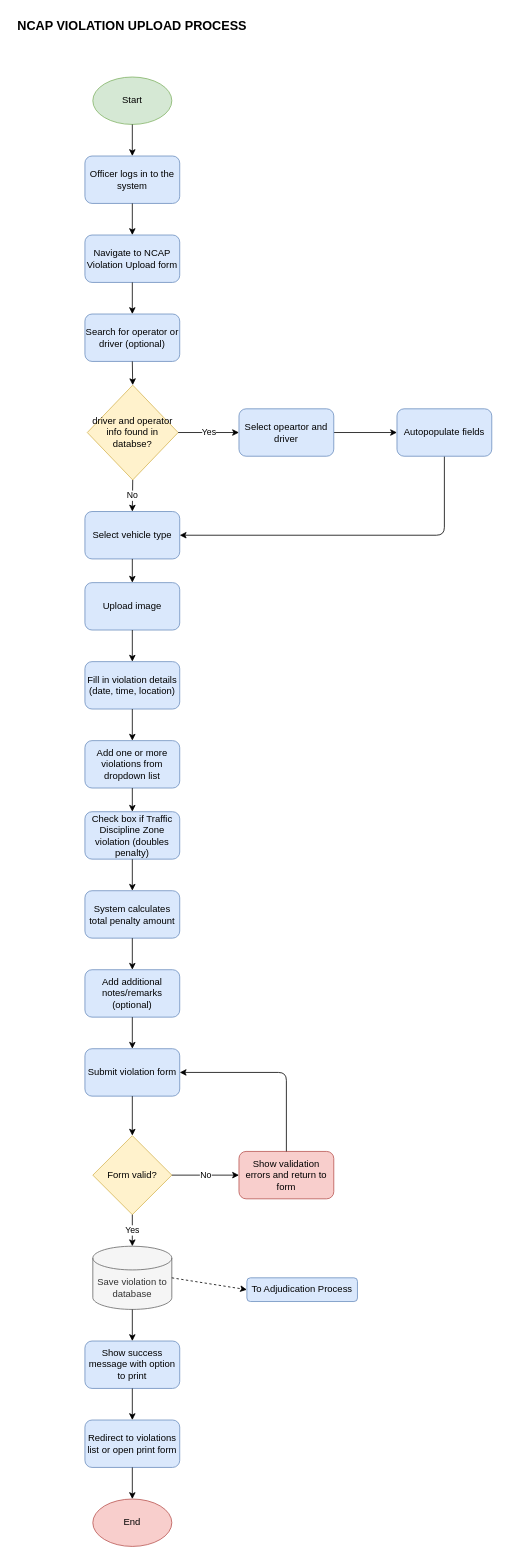
Above: upload_violation_process.drawio in PotatoLover169/CTTMO-Traffic-violation-Management-System (draw.io), before the change. Source tidied: cells renumbered, new cells numbered last; positions are measured from the earlier drawing's top-left corner, leaving out a move shared by most shapes. Both pictures are drawn from the tidied source at 79%, with x=0, y=0 at pixel (13, 13).
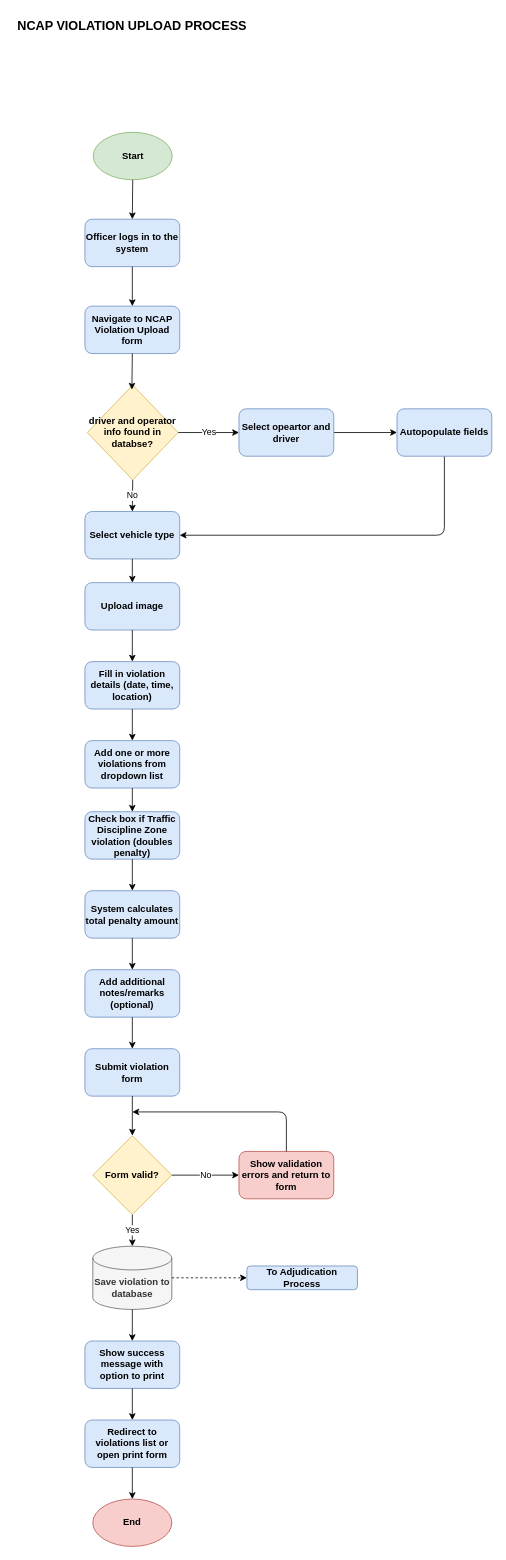
The same diagram, later.

The edit, as a diff of the source:
```diff
@@
-    <mxCell id="2" value="Start" style="ellipse;whiteSpace=wrap;html=1;fillColor=#d5e8d4;strokeColor=#82b366;" parent="1" vertex="1">
-      <mxGeometry x="100" y="80" width="100" height="60" as="geometry" />
+    <mxCell id="2" value="&lt;b&gt;Start&lt;/b&gt;" style="ellipse;whiteSpace=wrap;html=1;fillColor=#d5e8d4;strokeColor=#82b366;" parent="1" vertex="1">
+      <mxGeometry x="100.5" y="150" width="100" height="60" as="geometry" />
     </mxCell>
-    <mxCell id="3" value="Officer logs in to the system" style="rounded=1;whiteSpace=wrap;html=1;fillColor=#dae8fc;strokeColor=#6c8ebf;" parent="1" vertex="1">
-      <mxGeometry x="90" y="180" width="120" height="60" as="geometry" />
+    <mxCell id="3" value="&lt;b&gt;Officer logs in to the system&lt;/b&gt;" style="rounded=1;whiteSpace=wrap;html=1;fillColor=#dae8fc;strokeColor=#6c8ebf;" parent="1" vertex="1">
+      <mxGeometry x="90" y="260" width="120" height="60" as="geometry" />
     </mxCell>
-    <mxCell id="4" value="Navigate to NCAP Violation Upload form" style="rounded=1;whiteSpace=wrap;html=1;fillColor=#dae8fc;strokeColor=#6c8ebf;" parent="1" vertex="1">
-      <mxGeometry x="90" y="280" width="120" height="60" as="geometry" />
+    <mxCell id="4" value="&lt;b&gt;Navigate to NCAP Violation Upload form&lt;/b&gt;" style="rounded=1;whiteSpace=wrap;html=1;fillColor=#dae8fc;strokeColor=#6c8ebf;" parent="1" vertex="1">
+      <mxGeometry x="90" y="370" width="120" height="60" as="geometry" />
     </mxCell>
-    <mxCell id="5" value="Search for operator or driver (optional)" style="rounded=1;whiteSpace=wrap;html=1;fillColor=#dae8fc;strokeColor=#6c8ebf;" parent="1" vertex="1">
-      <mxGeometry x="90" y="380" width="120" height="60" as="geometry" />
-    </mxCell>
-    <mxCell id="6" value="driver and operator info found in databse?" style="rhombus;whiteSpace=wrap;html=1;fillColor=#fff2cc;strokeColor=#d6b656;" parent="1" vertex="1">
+    <mxCell id="6" value="&lt;b&gt;driver and operator info found in databse?&lt;/b&gt;" style="rhombus;whiteSpace=wrap;html=1;fillColor=#fff2cc;strokeColor=#d6b656;" parent="1" vertex="1">
       <mxGeometry x="93" y="470" width="115" height="120" as="geometry" />
     </mxCell>
@@
-    <mxCell id="8" value="Select opeartor and driver" style="rounded=1;whiteSpace=wrap;html=1;fillColor=#dae8fc;strokeColor=#6c8ebf;" parent="1" vertex="1">
+    <mxCell id="8" value="&lt;b&gt;Select opeartor and driver&lt;/b&gt;" style="rounded=1;whiteSpace=wrap;html=1;fillColor=#dae8fc;strokeColor=#6c8ebf;" parent="1" vertex="1">
       <mxGeometry x="285" y="500" width="120" height="60" as="geometry" />
     </mxCell>
-    <mxCell id="9" value="Select vehicle type" style="rounded=1;whiteSpace=wrap;html=1;fillColor=#dae8fc;strokeColor=#6c8ebf;" parent="1" vertex="1">
+    <mxCell id="9" value="&lt;b&gt;Select vehicle type&lt;/b&gt;" style="rounded=1;whiteSpace=wrap;html=1;fillColor=#dae8fc;strokeColor=#6c8ebf;" parent="1" vertex="1">
       <mxGeometry x="90" y="630" width="120" height="60" as="geometry" />
     </mxCell>
-    <mxCell id="10" value="Upload image" style="rounded=1;whiteSpace=wrap;html=1;fillColor=#dae8fc;strokeColor=#6c8ebf;" parent="1" vertex="1">
+    <mxCell id="10" value="&lt;b&gt;Upload image&lt;/b&gt;" style="rounded=1;whiteSpace=wrap;html=1;fillColor=#dae8fc;strokeColor=#6c8ebf;" parent="1" vertex="1">
       <mxGeometry x="90" y="720" width="120" height="60" as="geometry" />
     </mxCell>
-    <mxCell id="11" value="Fill in violation details (date, time, location)" style="rounded=1;whiteSpace=wrap;html=1;fillColor=#dae8fc;strokeColor=#6c8ebf;" parent="1" vertex="1">
+    <mxCell id="11" value="&lt;b&gt;Fill in violation details (date, time, location)&lt;/b&gt;" style="rounded=1;whiteSpace=wrap;html=1;fillColor=#dae8fc;strokeColor=#6c8ebf;" parent="1" vertex="1">
       <mxGeometry x="90" y="820" width="120" height="60" as="geometry" />
     </mxCell>
-    <mxCell id="12" value="Add one or more violations from dropdown list" style="rounded=1;whiteSpace=wrap;html=1;fillColor=#dae8fc;strokeColor=#6c8ebf;" parent="1" vertex="1">
+    <mxCell id="12" value="&lt;b&gt;Add one or more violations from dropdown list&lt;/b&gt;" style="rounded=1;whiteSpace=wrap;html=1;fillColor=#dae8fc;strokeColor=#6c8ebf;" parent="1" vertex="1">
       <mxGeometry x="90" y="920" width="120" height="60" as="geometry" />
     </mxCell>
-    <mxCell id="13" value="Check box if Traffic Discipline Zone violation (doubles penalty)" style="rounded=1;whiteSpace=wrap;html=1;fillColor=#dae8fc;strokeColor=#6c8ebf;" parent="1" vertex="1">
+    <mxCell id="13" value="&lt;b&gt;Check box if Traffic Discipline Zone violation (doubles penalty)&lt;/b&gt;" style="rounded=1;whiteSpace=wrap;html=1;fillColor=#dae8fc;strokeColor=#6c8ebf;" parent="1" vertex="1">
       <mxGeometry x="90" y="1010" width="120" height="60" as="geometry" />
     </mxCell>
-    <mxCell id="14" value="System calculates total penalty amount" style="rounded=1;whiteSpace=wrap;html=1;fillColor=#dae8fc;strokeColor=#6c8ebf;" parent="1" vertex="1">
+    <mxCell id="14" value="&lt;b&gt;System calculates total penalty amount&lt;/b&gt;" style="rounded=1;whiteSpace=wrap;html=1;fillColor=#dae8fc;strokeColor=#6c8ebf;" parent="1" vertex="1">
       <mxGeometry x="90" y="1110" width="120" height="60" as="geometry" />
     </mxCell>
-    <mxCell id="15" value="Add additional notes/remarks (optional)" style="rounded=1;whiteSpace=wrap;html=1;fillColor=#dae8fc;strokeColor=#6c8ebf;" parent="1" vertex="1">
+    <mxCell id="15" value="&lt;b&gt;Add additional notes/remarks (optional)&lt;/b&gt;" style="rounded=1;whiteSpace=wrap;html=1;fillColor=#dae8fc;strokeColor=#6c8ebf;" parent="1" vertex="1">
       <mxGeometry x="90" y="1210" width="120" height="60" as="geometry" />
     </mxCell>
-    <mxCell id="16" value="Submit violation form" style="rounded=1;whiteSpace=wrap;html=1;fillColor=#dae8fc;strokeColor=#6c8ebf;" parent="1" vertex="1">
+    <mxCell id="16" value="&lt;b&gt;Submit violation form&lt;/b&gt;" style="rounded=1;whiteSpace=wrap;html=1;fillColor=#dae8fc;strokeColor=#6c8ebf;" parent="1" vertex="1">
       <mxGeometry x="90" y="1310" width="120" height="60" as="geometry" />
     </mxCell>
-    <mxCell id="17" value="Form valid?" style="rhombus;whiteSpace=wrap;html=1;fillColor=#fff2cc;strokeColor=#d6b656;" parent="1" vertex="1">
+    <mxCell id="17" value="&lt;b&gt;Form valid?&lt;/b&gt;" style="rhombus;whiteSpace=wrap;html=1;fillColor=#fff2cc;strokeColor=#d6b656;" parent="1" vertex="1">
       <mxGeometry x="100" y="1420" width="100" height="100" as="geometry" />
     </mxCell>
-    <mxCell id="18" value="Show validation errors and return to form" style="rounded=1;whiteSpace=wrap;html=1;fillColor=#f8cecc;strokeColor=#b85450;" parent="1" vertex="1">
+    <mxCell id="18" value="&lt;b&gt;Show validation errors and return to form&lt;/b&gt;" style="rounded=1;whiteSpace=wrap;html=1;fillColor=#f8cecc;strokeColor=#b85450;" parent="1" vertex="1">
       <mxGeometry x="285" y="1440" width="120" height="60" as="geometry" />
     </mxCell>
-    <mxCell id="19" value="Save violation to database" style="shape=cylinder3;whiteSpace=wrap;html=1;boundedLbl=1;backgroundOutline=1;size=15;fillColor=#f5f5f5;fontColor=#333333;strokeColor=#666666;" parent="1" vertex="1">
+    <mxCell id="19" value="&lt;b&gt;Save violation to database&lt;/b&gt;" style="shape=cylinder3;whiteSpace=wrap;html=1;boundedLbl=1;backgroundOutline=1;size=15;fillColor=#f5f5f5;fontColor=#333333;strokeColor=#666666;" parent="1" vertex="1">
       <mxGeometry x="100" y="1560" width="100" height="80" as="geometry" />
     </mxCell>
-    <mxCell id="20" value="Show success message with option to print" style="rounded=1;whiteSpace=wrap;html=1;fillColor=#dae8fc;strokeColor=#6c8ebf;" parent="1" vertex="1">
+    <mxCell id="20" value="&lt;b&gt;Show success message with option to print&lt;/b&gt;" style="rounded=1;whiteSpace=wrap;html=1;fillColor=#dae8fc;strokeColor=#6c8ebf;" parent="1" vertex="1">
       <mxGeometry x="90" y="1680" width="120" height="60" as="geometry" />
     </mxCell>
-    <mxCell id="21" value="Redirect to violations list or open print form" style="rounded=1;whiteSpace=wrap;html=1;fillColor=#dae8fc;strokeColor=#6c8ebf;" parent="1" vertex="1">
+    <mxCell id="21" value="&lt;b&gt;Redirect to violations list or open print form&lt;/b&gt;" style="rounded=1;whiteSpace=wrap;html=1;fillColor=#dae8fc;strokeColor=#6c8ebf;" parent="1" vertex="1">
       <mxGeometry x="90" y="1780" width="120" height="60" as="geometry" />
     </mxCell>
-    <mxCell id="22" value="End" style="ellipse;whiteSpace=wrap;html=1;fillColor=#f8cecc;strokeColor=#b85450;" parent="1" vertex="1">
+    <mxCell id="22" value="&lt;b&gt;End&lt;/b&gt;" style="ellipse;whiteSpace=wrap;html=1;fillColor=#f8cecc;strokeColor=#b85450;" parent="1" vertex="1">
       <mxGeometry x="100" y="1880" width="100" height="60" as="geometry" />
     </mxCell>
@@
-    <mxCell id="25" style="endArrow=classic;html=1;exitX=0.5;exitY=1;exitDx=0;exitDy=0;entryX=0.5;entryY=0;entryDx=0;entryDy=0;" parent="1" edge="1" source="4" target="5">
+    <mxCell id="25" style="endArrow=classic;html=1;exitX=0.5;exitY=1;exitDx=0;exitDy=0;entryX=0.491;entryY=0.047;entryDx=0;entryDy=0;entryPerimeter=0;" parent="1" edge="1" source="4" target="6">
       <mxGeometry relative="1" as="geometry" />
     </mxCell>
-    <mxCell id="26" style="endArrow=classic;html=1;exitX=0.5;exitY=1;exitDx=0;exitDy=0;entryX=0.5;entryY=0;entryDx=0;entryDy=0;" parent="1" edge="1" source="5" target="6">
-      <mxGeometry relative="1" as="geometry" />
-    </mxCell>
@@
-    <mxCell id="38" style="endArrow=classic;html=1;exitX=0.5;exitY=0;exitDx=0;exitDy=0;entryX=1;entryY=0.5;entryDx=0;entryDy=0;" parent="1" edge="1" source="18" target="16">
+    <mxCell id="38" style="endArrow=classic;html=1;exitX=0.5;exitY=0;exitDx=0;exitDy=0;" parent="1" edge="1" source="18">
       <mxGeometry relative="1" as="geometry">
+        <mxPoint x="150" y="1390" as="targetPoint" />
         <Array as="points">
-          <mxPoint x="345" y="1340" />
+          <mxPoint x="345" y="1390" />
         </Array>
       </mxGeometry>
     </mxCell>
@@
-    <mxCell id="43" value="To Adjudication Process" style="text;html=1;strokeColor=#6c8ebf;fillColor=#dae8fc;align=center;verticalAlign=middle;whiteSpace=wrap;rounded=1;" parent="1" vertex="1">
-      <mxGeometry x="295" y="1600" width="140" height="30" as="geometry" />
+    <mxCell id="43" value="&lt;b&gt;To Adjudication Process&lt;/b&gt;" style="text;html=1;strokeColor=#6c8ebf;fillColor=#dae8fc;align=center;verticalAlign=middle;whiteSpace=wrap;rounded=1;" parent="1" vertex="1">
+      <mxGeometry x="295" y="1585" width="140" height="30" as="geometry" />
     </mxCell>
@@
-    <mxCell id="47" value="Autopopulate fields" style="whiteSpace=wrap;html=1;fillColor=#dae8fc;strokeColor=#6c8ebf;rounded=1;" parent="1" vertex="1">
+    <mxCell id="47" value="&lt;b&gt;Autopopulate fields&lt;/b&gt;" style="whiteSpace=wrap;html=1;fillColor=#dae8fc;strokeColor=#6c8ebf;rounded=1;" parent="1" vertex="1">
       <mxGeometry x="485" y="500" width="120" height="60" as="geometry" />
     </mxCell>
```
